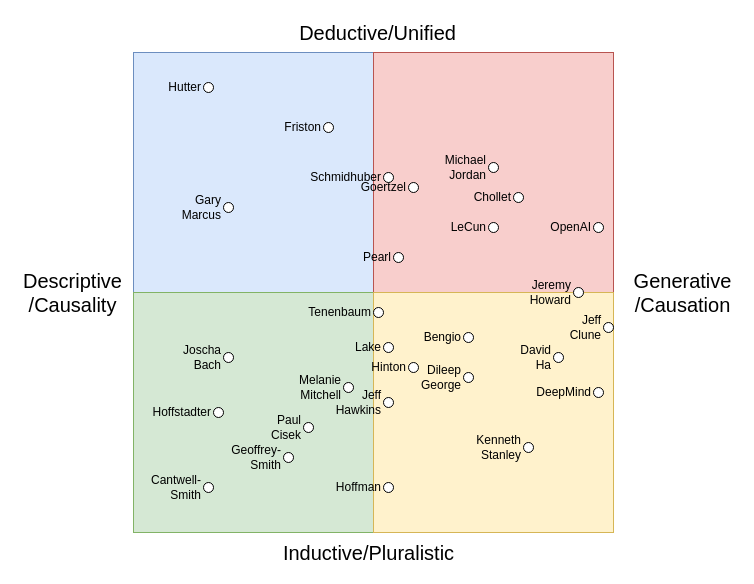
The draw.io diagram agenda_preference.drawio in codeaudit/1, before the edit. Source tidied: cells renumbered, new cells numbered last; positions are measured from the earlier drawing's top-left corner, leaving out a move shared by most shapes. Both pictures are drawn from the tidied source at 100%, with x=0, y=0 at pixel (17, 17).
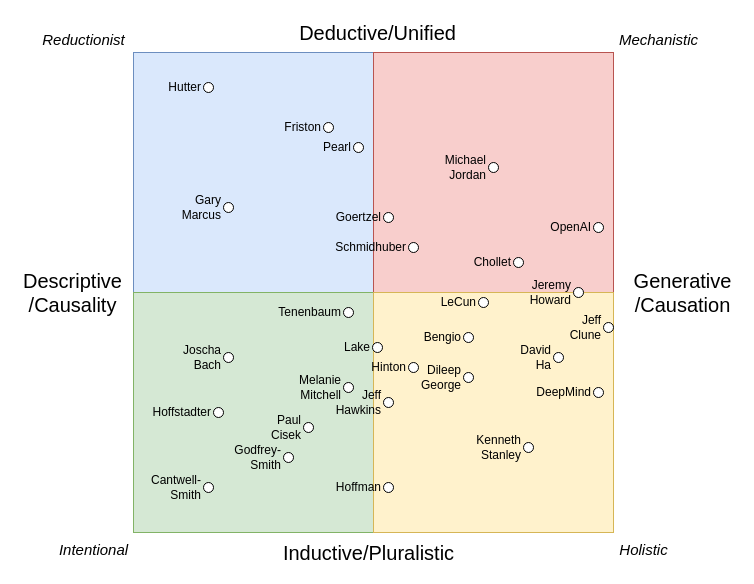
The same diagram, later.

Change to the diagram source:
```diff
@@
     <mxCell id="14" value="LeCun" style="ellipse;whiteSpace=wrap;html=1;fontSize=12;labelPosition=left;verticalLabelPosition=middle;align=right;verticalAlign=middle;" parent="1" vertex="1">
-      <mxGeometry x="471" y="205" width="10" height="10" as="geometry" />
+      <mxGeometry x="461" y="280" width="10" height="10" as="geometry" />
     </mxCell>
@@
     <mxCell id="17" value="Schmidhuber" style="ellipse;whiteSpace=wrap;html=1;fontSize=12;labelPosition=left;verticalLabelPosition=middle;align=right;verticalAlign=middle;" parent="1" vertex="1">
-      <mxGeometry x="366" y="155" width="10" height="10" as="geometry" />
+      <mxGeometry x="391" y="225" width="10" height="10" as="geometry" />
     </mxCell>
@@
-    <mxCell id="23" value="Geoffrey-Smith" style="ellipse;whiteSpace=wrap;html=1;fontSize=12;labelPosition=left;verticalLabelPosition=middle;align=right;verticalAlign=middle;" parent="1" vertex="1">
+    <mxCell id="23" value="Godfrey-Smith" style="ellipse;whiteSpace=wrap;html=1;fontSize=12;labelPosition=left;verticalLabelPosition=middle;align=right;verticalAlign=middle;" parent="1" vertex="1">
       <mxGeometry x="266" y="435" width="10" height="10" as="geometry" />
     </mxCell>
@@
     <mxCell id="25" value="Goertzel" style="ellipse;whiteSpace=wrap;html=1;fontSize=12;labelPosition=left;verticalLabelPosition=middle;align=right;verticalAlign=middle;" parent="1" vertex="1">
-      <mxGeometry x="391" y="165" width="10" height="10" as="geometry" />
+      <mxGeometry x="366" y="195" width="10" height="10" as="geometry" />
     </mxCell>
     <mxCell id="26" value="Pearl" style="ellipse;whiteSpace=wrap;html=1;fontSize=12;labelPosition=left;verticalLabelPosition=middle;align=right;verticalAlign=middle;" parent="1" vertex="1">
-      <mxGeometry x="376" y="235" width="10" height="10" as="geometry" />
+      <mxGeometry x="336" y="125" width="10" height="10" as="geometry" />
     </mxCell>
@@
     <mxCell id="29" value="Lake" style="ellipse;whiteSpace=wrap;html=1;fontSize=12;labelPosition=left;verticalLabelPosition=middle;align=right;verticalAlign=middle;" parent="1" vertex="1">
-      <mxGeometry x="366" y="325" width="10" height="10" as="geometry" />
+      <mxGeometry x="355" y="325" width="10" height="10" as="geometry" />
     </mxCell>
@@
     <mxCell id="31" value="Tenenbaum&lt;br&gt;" style="ellipse;whiteSpace=wrap;html=1;fontSize=12;labelPosition=left;verticalLabelPosition=middle;align=right;verticalAlign=middle;" parent="1" vertex="1">
-      <mxGeometry x="356" y="290" width="10" height="10" as="geometry" />
+      <mxGeometry x="326" y="290" width="10" height="10" as="geometry" />
     </mxCell>
@@
     <mxCell id="33" value="Chollet" style="ellipse;whiteSpace=wrap;html=1;fontSize=12;labelPosition=left;verticalLabelPosition=middle;align=right;verticalAlign=middle;" parent="1" vertex="1">
-      <mxGeometry x="496" y="175" width="10" height="10" as="geometry" />
+      <mxGeometry x="496" y="240" width="10" height="10" as="geometry" />
     </mxCell>
@@
+    <mxCell id="38" value="&lt;i&gt;&lt;font style=&quot;font-size: 15px&quot;&gt;Reductionist&lt;/font&gt;&lt;/i&gt;" style="text;html=1;align=center;verticalAlign=middle;fontSize=20;" parent="1" vertex="1">
+      <mxGeometry x="16" y="5" width="100" height="30" as="geometry" />
+    </mxCell>
+    <mxCell id="39" value="&lt;i&gt;&lt;font style=&quot;font-size: 15px&quot;&gt;Holistic&lt;/font&gt;&lt;/i&gt;" style="text;html=1;align=center;verticalAlign=middle;fontSize=20;" parent="1" vertex="1">
+      <mxGeometry x="596" y="515" width="60" height="30" as="geometry" />
+    </mxCell>
+    <mxCell id="40" value="&lt;i&gt;&lt;font style=&quot;font-size: 15px&quot;&gt;Mechanistic&lt;/font&gt;&lt;/i&gt;" style="text;html=1;align=center;verticalAlign=middle;fontSize=20;" parent="1" vertex="1">
+      <mxGeometry x="596" y="5" width="90" height="30" as="geometry" />
+    </mxCell>
+    <mxCell id="41" value="&lt;i&gt;&lt;font style=&quot;font-size: 15px&quot;&gt;Intentional&lt;/font&gt;&lt;/i&gt;" style="text;html=1;align=center;verticalAlign=middle;fontSize=20;" parent="1" vertex="1">
+      <mxGeometry x="36" y="515" width="80" height="30" as="geometry" />
+    </mxCell>
```
